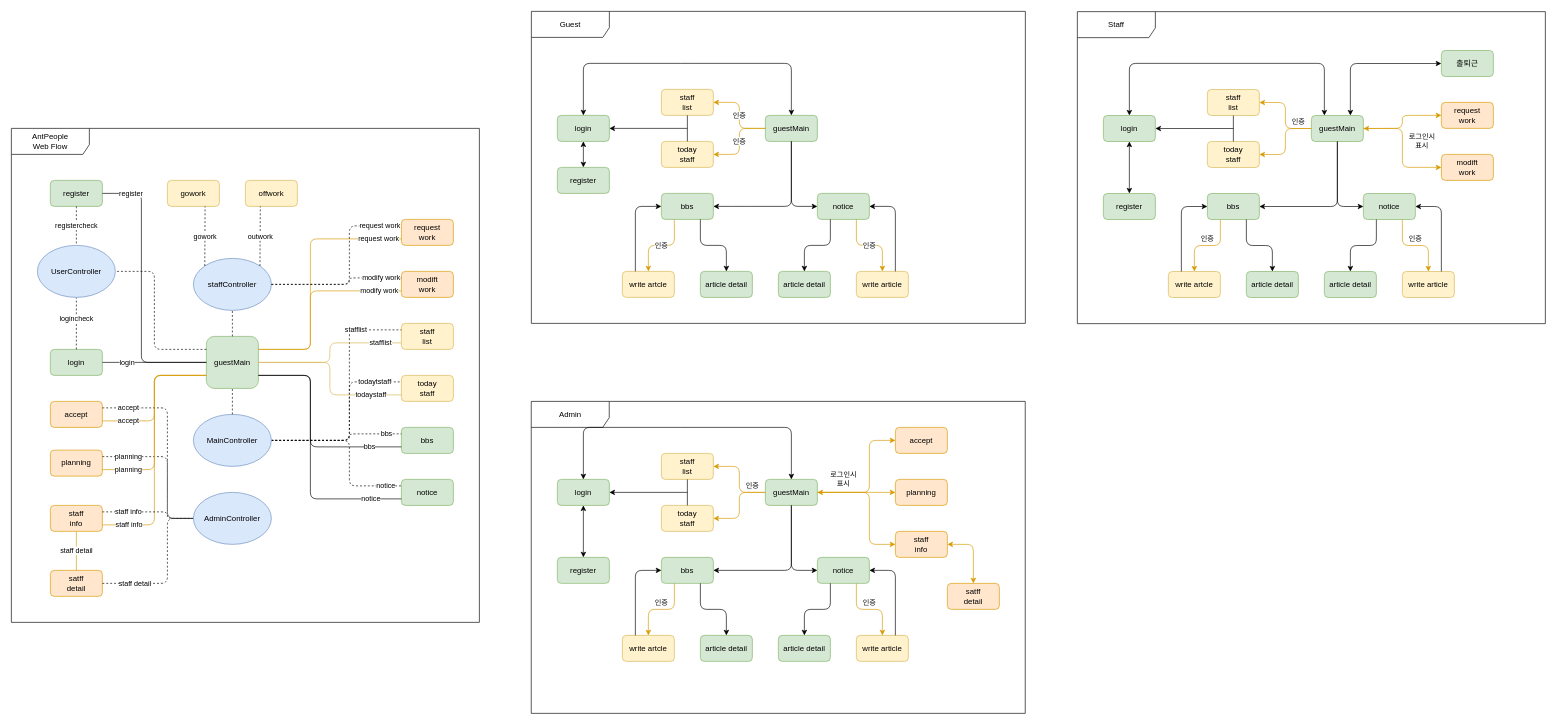
This is AntpeopleWebFlow.drawio from optical3mild/AntPeopleProject, a draw.io file, before an edit. Source tidied: cells renumbered, new cells numbered last; positions are measured from the earlier drawing's top-left corner, leaving out a move shared by most shapes. Both pictures are drawn from the tidied source at 65%, with x=0, y=0 at pixel (11, 11).
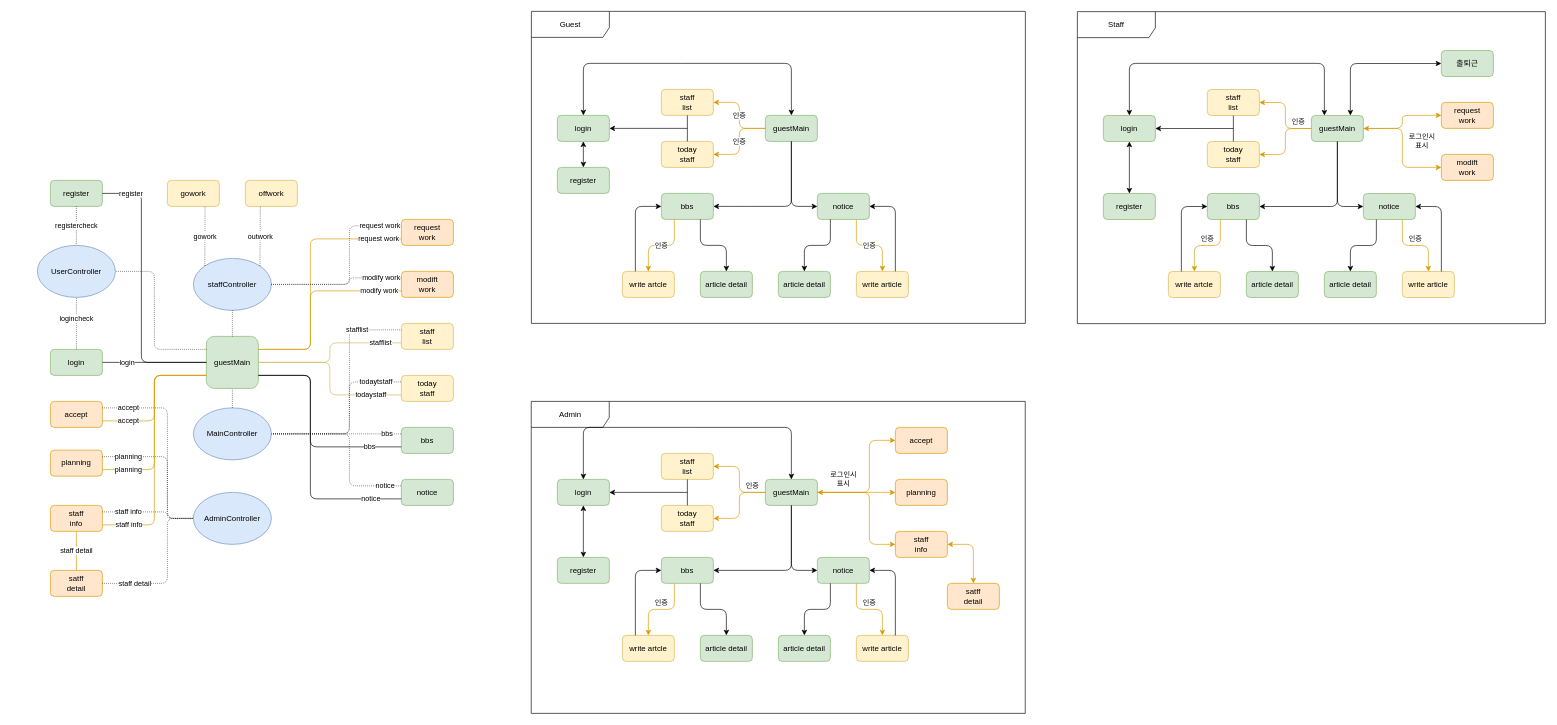
The same diagram, later.

Unchanged cells that the change refers to:
```xml
<mxCell id="94" value="staffController" style="ellipse;whiteSpace=wrap;html=1;fillColor=#dae8fc;strokeColor=#6c8ebf;" parent="1" vertex="1">
  <mxGeometry x="280" y="380" width="120" height="80" as="geometry" />
</mxCell>
<mxCell id="95" value="login" style="rounded=1;whiteSpace=wrap;html=1;fillColor=#d5e8d4;strokeColor=#82b366;" parent="1" vertex="1">
  <mxGeometry x="60" y="520" width="80" height="40" as="geometry" />
</mxCell>
<mxCell id="96" value="register" style="rounded=1;whiteSpace=wrap;html=1;fillColor=#d5e8d4;strokeColor=#82b366;" parent="1" vertex="1">
  <mxGeometry x="60" y="260" width="80" height="40" as="geometry" />
</mxCell>
<mxCell id="98" value="guestMain" style="rounded=1;whiteSpace=wrap;html=1;fillColor=#d5e8d4;strokeColor=#82b366;" parent="1" vertex="1">
  <mxGeometry x="300" y="500" width="80" height="80" as="geometry" />
</mxCell>
<mxCell id="99" value="staff&lt;br&gt;list" style="rounded=1;whiteSpace=wrap;html=1;fillColor=#fff2cc;strokeColor=#d6b656;" parent="1" vertex="1">
  <mxGeometry x="600" y="480" width="80" height="40" as="geometry" />
</mxCell>
<mxCell id="100" value="today&lt;br&gt;staff" style="rounded=1;whiteSpace=wrap;html=1;fillColor=#fff2cc;strokeColor=#d6b656;" parent="1" vertex="1">
  <mxGeometry x="600" y="560" width="80" height="40" as="geometry" />
</mxCell>
<mxCell id="101" value="bbs" style="rounded=1;whiteSpace=wrap;html=1;fillColor=#d5e8d4;strokeColor=#82b366;" parent="1" vertex="1">
  <mxGeometry x="600" y="640" width="80" height="40" as="geometry" />
</mxCell>
<mxCell id="102" value="notice" style="rounded=1;whiteSpace=wrap;html=1;fillColor=#d5e8d4;strokeColor=#82b366;" parent="1" vertex="1">
  <mxGeometry x="600" y="720" width="80" height="40" as="geometry" />
</mxCell>
<mxCell id="118" value="request&lt;br&gt;work" style="rounded=1;whiteSpace=wrap;html=1;fillColor=#ffe6cc;strokeColor=#d79b00;" parent="1" vertex="1">
  <mxGeometry x="600" y="320" width="80" height="40" as="geometry" />
</mxCell>
<mxCell id="119" value="modift&lt;br&gt;work" style="rounded=1;whiteSpace=wrap;html=1;fillColor=#ffe6cc;strokeColor=#d79b00;" parent="1" vertex="1">
  <mxGeometry x="600" y="400" width="80" height="40" as="geometry" />
</mxCell>
<mxCell id="126" value="UserController" style="ellipse;whiteSpace=wrap;html=1;fillColor=#dae8fc;strokeColor=#6c8ebf;" parent="1" vertex="1">
  <mxGeometry x="40" y="360" width="120" height="80" as="geometry" />
</mxCell>
<mxCell id="130" value="staff&lt;br&gt;info" style="rounded=1;whiteSpace=wrap;html=1;fillColor=#ffe6cc;strokeColor=#d79b00;" parent="1" vertex="1">
  <mxGeometry x="60" y="760" width="80" height="40" as="geometry" />
</mxCell>
<mxCell id="131" value="planning" style="rounded=1;whiteSpace=wrap;html=1;fillColor=#ffe6cc;strokeColor=#d79b00;" parent="1" vertex="1">
  <mxGeometry x="60" y="675" width="80" height="40" as="geometry" />
</mxCell>
<mxCell id="132" value="accept" style="rounded=1;whiteSpace=wrap;html=1;fillColor=#ffe6cc;strokeColor=#d79b00;" parent="1" vertex="1">
  <mxGeometry x="60" y="600" width="80" height="40" as="geometry" />
</mxCell>
<mxCell id="133" value="satff&lt;br&gt;detail" style="rounded=1;whiteSpace=wrap;html=1;fillColor=#ffe6cc;strokeColor=#d79b00;" parent="1" vertex="1">
  <mxGeometry x="60" y="860" width="80" height="40" as="geometry" />
</mxCell>
<mxCell id="142" value="AdminController" style="ellipse;whiteSpace=wrap;html=1;fillColor=#dae8fc;strokeColor=#6c8ebf;" parent="1" vertex="1">
  <mxGeometry x="280" y="740" width="120" height="80" as="geometry" />
</mxCell>
```

What changed in the source:
```diff
@@
-    <mxCell id="97" style="edgeStyle=orthogonalEdgeStyle;rounded=1;jettySize=auto;html=1;exitX=1;exitY=0.5;exitDx=0;exitDy=0;" parent="1" edge="1" source="98">
-      <mxGeometry relative="1" as="geometry">
-        <mxPoint x="380.3" y="540.3" as="targetPoint" />
-      </mxGeometry>
-    </mxCell>
@@
-    <mxCell id="103" value="stafflist" style="endArrow=none;dashed=1;html=1;entryX=0;entryY=0.25;entryDx=0;entryDy=0;exitX=1;exitY=0.5;exitDx=0;exitDy=0;" parent="1" edge="1" source="128" target="99">
+    <mxCell id="103" value="stafflist" style="endArrow=none;dashed=1;html=1;entryX=0;entryY=0.25;entryDx=0;entryDy=0;exitX=1;exitY=0.5;exitDx=0;exitDy=0;dashPattern=1 2;" parent="1" edge="1" source="128" target="99">
       <mxGeometry x="0.62" relative="1" as="geometry">
         <Array as="points">
-          <mxPoint x="520" y="660" />
+          <mxPoint x="520" y="650" />
           <mxPoint x="520" y="490" />
         </Array>
       </mxGeometry>
     </mxCell>
-    <mxCell id="104" style="endArrow=none;dashed=1;html=1;entryX=0.5;entryY=1;entryDx=0;entryDy=0;exitX=0.5;exitY=0;exitDx=0;exitDy=0;" parent="1" edge="1" source="98" target="94">
+    <mxCell id="104" style="endArrow=none;dashed=1;html=1;entryX=0.5;entryY=1;entryDx=0;entryDy=0;exitX=0.5;exitY=0;exitDx=0;exitDy=0;dashPattern=1 2;" parent="1" edge="1" source="98" target="94">
       <mxGeometry relative="1" as="geometry" />
     </mxCell>
-    <mxCell id="105" value="todaytstaff" style="endArrow=none;dashed=1;html=1;entryX=0;entryY=0.25;entryDx=0;entryDy=0;exitX=1;exitY=0.5;exitDx=0;exitDy=0;" parent="1" edge="1" source="128" target="100">
+    <mxCell id="105" value="todaytstaff" style="endArrow=none;dashed=1;html=1;entryX=0;entryY=0.25;entryDx=0;entryDy=0;exitX=1;exitY=0.5;exitDx=0;exitDy=0;dashPattern=1 2;" parent="1" edge="1" source="128" target="100">
       <mxGeometry x="0.72" relative="1" as="geometry">
         <Array as="points">
-          <mxPoint x="520" y="660" />
+          <mxPoint x="520" y="650" />
           <mxPoint x="520" y="570" />
         </Array>
       </mxGeometry>
     </mxCell>
-    <mxCell id="106" value="bbs" style="endArrow=none;dashed=1;html=1;entryX=0;entryY=0.25;entryDx=0;entryDy=0;exitX=1;exitY=0.5;exitDx=0;exitDy=0;" parent="1" edge="1" source="128" target="101">
-      <mxGeometry x="0.78" relative="1" as="geometry">
-        <Array as="points">
-          <mxPoint x="520" y="660" />
-          <mxPoint x="520" y="650" />
-        </Array>
-      </mxGeometry>
+    <mxCell id="106" value="bbs" style="endArrow=none;dashed=1;html=1;entryX=0;entryY=0.25;entryDx=0;entryDy=0;exitX=1;exitY=0.5;exitDx=0;exitDy=0;dashPattern=1 2;" parent="1" edge="1" source="128" target="101">
+      <mxGeometry x="0.78" relative="1" as="geometry" />
     </mxCell>
-    <mxCell id="107" value="notice" style="endArrow=none;dashed=1;html=1;entryX=0;entryY=0.25;entryDx=0;entryDy=0;exitX=1;exitY=0.5;exitDx=0;exitDy=0;" parent="1" edge="1" source="128" target="102">
+    <mxCell id="107" value="notice" style="endArrow=none;dashed=1;html=1;entryX=0;entryY=0.25;entryDx=0;entryDy=0;exitX=1;exitY=0.5;exitDx=0;exitDy=0;dashPattern=1 2;" parent="1" edge="1" source="128" target="102">
       <mxGeometry x="0.82" relative="1" as="geometry">
         <Array as="points">
-          <mxPoint x="520" y="660" />
+          <mxPoint x="520" y="650" />
           <mxPoint x="520" y="730" />
         </Array>
       </mxGeometry>
     </mxCell>
-    <mxCell id="108" value="registercheck" style="endArrow=none;dashed=1;html=1;entryX=0.5;entryY=0;entryDx=0;entryDy=0;exitX=0.5;exitY=1;exitDx=0;exitDy=0;" parent="1" edge="1" source="96" target="126">
+    <mxCell id="108" value="registercheck" style="endArrow=none;dashed=1;html=1;entryX=0.5;entryY=0;entryDx=0;entryDy=0;exitX=0.5;exitY=1;exitDx=0;exitDy=0;dashPattern=1 2;" parent="1" edge="1" source="96" target="126">
       <mxGeometry relative="1" as="geometry" />
     </mxCell>
-    <mxCell id="109" value="logincheck" style="endArrow=none;dashed=1;html=1;exitX=0.5;exitY=0;exitDx=0;exitDy=0;entryX=0.5;entryY=1;entryDx=0;entryDy=0;" parent="1" edge="1" source="95" target="126">
+    <mxCell id="109" value="logincheck" style="endArrow=none;dashed=1;html=1;exitX=0.5;exitY=0;exitDx=0;exitDy=0;entryX=0.5;entryY=1;entryDx=0;entryDy=0;dashPattern=1 2;" parent="1" edge="1" source="95" target="126">
       <mxGeometry x="0.17" relative="1" as="geometry" />
     </mxCell>
@@
-    <mxCell id="116" value="gowork" style="endArrow=none;dashed=1;html=1;strokeWidth=1;exitX=0;exitY=0;exitDx=0;exitDy=0;" parent="1" edge="1" source="94">
+    <mxCell id="116" value="gowork" style="endArrow=none;dashed=1;html=1;strokeWidth=1;exitX=0;exitY=0;exitDx=0;exitDy=0;dashPattern=1 2;" parent="1" edge="1" source="94">
       <mxGeometry relative="1" as="geometry">
         <mxPoint x="298" y="300" as="targetPoint" />
       </mxGeometry>
     </mxCell>
-    <mxCell id="117" value="outwork" style="endArrow=none;dashed=1;html=1;strokeWidth=1;exitX=1;exitY=0;exitDx=0;exitDy=0;" parent="1" edge="1" source="94">
+    <mxCell id="117" value="outwork" style="endArrow=none;dashed=1;html=1;strokeWidth=1;exitX=1;exitY=0;exitDx=0;exitDy=0;dashPattern=1 2;" parent="1" edge="1" source="94">
       <mxGeometry relative="1" as="geometry">
         <mxPoint x="383" y="300" as="targetPoint" />
         <Array as="points">
           <mxPoint x="383" y="300" />
         </Array>
       </mxGeometry>
     </mxCell>
@@
-    <mxCell id="121" value="modify work" style="endArrow=none;dashed=1;html=1;strokeWidth=1;entryX=0;entryY=0.25;entryDx=0;entryDy=0;exitX=1;exitY=0.5;exitDx=0;exitDy=0;" parent="1" edge="1" source="94" target="119">
+    <mxCell id="121" value="modify work" style="endArrow=none;dashed=1;html=1;strokeWidth=1;entryX=0;entryY=0.25;entryDx=0;entryDy=0;exitX=1;exitY=0.5;exitDx=0;exitDy=0;dashPattern=1 2;" parent="1" edge="1" source="94" target="119">
       <mxGeometry x="0.7" relative="1" as="geometry">
         <Array as="points">
           <mxPoint x="520" y="420" />
           <mxPoint x="520" y="410" />
         </Array>
       </mxGeometry>
     </mxCell>
@@
-    <mxCell id="123" value="request work" style="endArrow=none;dashed=1;html=1;strokeWidth=1;entryX=0;entryY=0.25;entryDx=0;entryDy=0;exitX=1;exitY=0.5;exitDx=0;exitDy=0;" parent="1" edge="1" source="94" target="118">
+    <mxCell id="123" value="request work" style="endArrow=none;dashed=1;html=1;strokeWidth=1;entryX=0;entryY=0.25;entryDx=0;entryDy=0;exitX=1;exitY=0.5;exitDx=0;exitDy=0;dashPattern=1 2;" parent="1" edge="1" source="94" target="118">
       <mxGeometry x="0.77" relative="1" as="geometry">
         <Array as="points">
           <mxPoint x="520" y="420" />
           <mxPoint x="520" y="330" />
         </Array>
       </mxGeometry>
     </mxCell>
@@
-    <mxCell id="127" style="endArrow=none;dashed=1;html=1;entryX=1;entryY=0.5;entryDx=0;entryDy=0;exitX=0;exitY=0.25;exitDx=0;exitDy=0;" parent="1" edge="1" source="98" target="126">
+    <mxCell id="127" style="endArrow=none;dashed=1;html=1;entryX=1;entryY=0.5;entryDx=0;entryDy=0;exitX=0;exitY=0.25;exitDx=0;exitDy=0;dashPattern=1 2;" parent="1" edge="1" source="98" target="126">
       <mxGeometry relative="1" as="geometry">
         <Array as="points">
           <mxPoint x="220" y="520" />
           <mxPoint x="220" y="400" />
         </Array>
       </mxGeometry>
     </mxCell>
     <mxCell id="128" value="MainController" style="ellipse;whiteSpace=wrap;html=1;fillColor=#dae8fc;strokeColor=#6c8ebf;" parent="1" vertex="1">
-      <mxGeometry x="280" y="620" width="120" height="80" as="geometry" />
+      <mxGeometry x="280" y="610" width="120" height="80" as="geometry" />
     </mxCell>
-    <mxCell id="129" style="endArrow=none;dashed=1;html=1;strokeWidth=1;entryX=0.5;entryY=1;entryDx=0;entryDy=0;exitX=0.5;exitY=0;exitDx=0;exitDy=0;" parent="1" edge="1" source="128" target="98">
+    <mxCell id="129" style="endArrow=none;dashed=1;html=1;strokeWidth=1;entryX=0.5;entryY=1;entryDx=0;entryDy=0;exitX=0.5;exitY=0;exitDx=0;exitDy=0;dashPattern=1 2;" parent="1" edge="1" source="128" target="98">
       <mxGeometry relative="1" as="geometry" />
     </mxCell>
@@
-    <mxCell id="135" value="planning" style="endArrow=none;dashed=1;html=1;strokeWidth=1;entryX=0;entryY=0.5;entryDx=0;entryDy=0;exitX=1;exitY=0.25;exitDx=0;exitDy=0;" parent="1" edge="1" source="131" target="142">
+    <mxCell id="135" value="planning" style="endArrow=none;dashed=1;html=1;strokeWidth=1;entryX=0;entryY=0.5;entryDx=0;entryDy=0;exitX=1;exitY=0.25;exitDx=0;exitDy=0;dashPattern=1 2;" parent="1" edge="1" source="131" target="142">
       <mxGeometry x="-0.66" relative="1" as="geometry">
         <Array as="points">
           <mxPoint x="240" y="685" />
           <mxPoint x="240" y="780" />
         </Array>
       </mxGeometry>
     </mxCell>
@@
-    <mxCell id="137" value="accept" style="endArrow=none;dashed=1;html=1;strokeWidth=1;exitX=1;exitY=0.25;exitDx=0;exitDy=0;entryX=0;entryY=0.5;entryDx=0;entryDy=0;" parent="1" edge="1" source="132" target="142">
+    <mxCell id="137" value="accept" style="endArrow=none;dashed=1;html=1;strokeWidth=1;exitX=1;exitY=0.25;exitDx=0;exitDy=0;entryX=0;entryY=0.5;entryDx=0;entryDy=0;dashPattern=1 2;" parent="1" edge="1" source="132" target="142">
       <mxGeometry x="-0.74" relative="1" as="geometry">
         <Array as="points">
           <mxPoint x="240" y="610" />
           <mxPoint x="240" y="780" />
         </Array>
       </mxGeometry>
     </mxCell>
@@
-    <mxCell id="139" value="staff info" style="endArrow=none;dashed=1;html=1;strokeWidth=1;entryX=0;entryY=0.5;entryDx=0;entryDy=0;exitX=1;exitY=0.25;exitDx=0;exitDy=0;" parent="1" edge="1" source="130" target="142">
+    <mxCell id="139" value="staff info" style="endArrow=none;dashed=1;html=1;strokeWidth=1;entryX=0;entryY=0.5;entryDx=0;entryDy=0;exitX=1;exitY=0.25;exitDx=0;exitDy=0;dashPattern=1 2;" parent="1" edge="1" source="130" target="142">
       <mxGeometry x="-0.47" relative="1" as="geometry">
         <Array as="points">
           <mxPoint x="240" y="770" />
           <mxPoint x="240" y="780" />
         </Array>
       </mxGeometry>
     </mxCell>
@@
-    <mxCell id="141" value="staff detail" style="endArrow=none;dashed=1;html=1;strokeWidth=1;exitX=1;exitY=0.5;exitDx=0;exitDy=0;entryX=0;entryY=0.5;entryDx=0;entryDy=0;" parent="1" edge="1" source="133" target="142">
+    <mxCell id="141" value="staff detail" style="endArrow=none;dashed=1;html=1;strokeWidth=1;exitX=1;exitY=0.5;exitDx=0;exitDy=0;entryX=0;entryY=0.5;entryDx=0;entryDy=0;dashPattern=1 2;" parent="1" edge="1" source="133" target="142">
       <mxGeometry x="-0.58" relative="1" as="geometry">
         <Array as="points">
           <mxPoint x="240" y="880" />
           <mxPoint x="240" y="780" />
         </Array>
       </mxGeometry>
     </mxCell>
@@
-    <mxCell id="143" value="AntPeople&lt;br&gt;Web Flow" style="shape=umlFrame;whiteSpace=wrap;html=1;fillColor=none;width=120;height=40;" parent="1" vertex="1">
-      <mxGeometry y="180" width="720" height="760" as="geometry" />
-    </mxCell>
```
